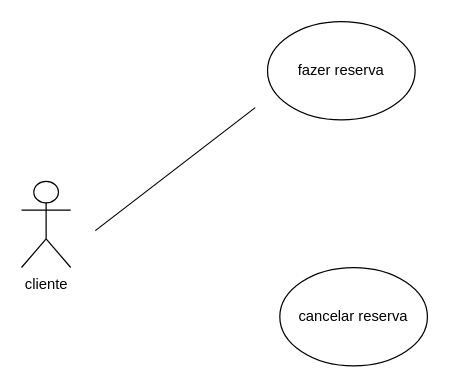
This is page "Página-1" (1 of 16) of Diagrama sem nome.drawio from Raquelf-06/diagramasderequisitos, a draw.io file, before an edit. Source tidied: cells renumbered, new cells numbered last; positions are measured from the earlier drawing's top-left corner, leaving out a move shared by most shapes. Both pictures are drawn from the tidied source at 123%, with x=0, y=0 at pixel (21, 21).
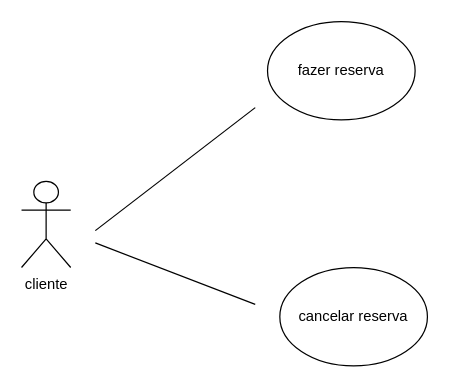
After the change.

Change to the diagram source:
```diff
@@
 <mxGraphModel>
   <root>
     <mxCell id="0" />
     <mxCell id="1" parent="0" />
     <mxCell id="2" value="cliente" style="shape=umlActor;verticalLabelPosition=bottom;verticalAlign=top;html=1;" parent="1" vertex="1">
       <mxGeometry y="130" width="40" height="70" as="geometry" />
     </mxCell>
     <mxCell id="3" value="fazer reserva" style="ellipse;whiteSpace=wrap;html=1;" parent="1" vertex="1">
       <mxGeometry x="200" width="120" height="80" as="geometry" />
     </mxCell>
     <mxCell id="4" value="cancelar reserva" style="ellipse;whiteSpace=wrap;html=1;" parent="1" vertex="1">
       <mxGeometry x="210" y="200" width="120" height="80" as="geometry" />
     </mxCell>
     <mxCell id="5" style="endArrow=none;html=1;rounded=0;" parent="1" edge="1">
       <mxGeometry relative="1" as="geometry">
         <mxPoint x="60" y="170" as="sourcePoint" />
         <mxPoint x="190" y="70" as="targetPoint" />
       </mxGeometry>
     </mxCell>
+    <mxCell id="6" style="endArrow=none;html=1;rounded=0;" parent="1" edge="1">
+      <mxGeometry relative="1" as="geometry">
+        <mxPoint x="60" y="180" as="sourcePoint" />
+        <mxPoint x="190" y="230" as="targetPoint" />
+      </mxGeometry>
+    </mxCell>
   </root>
 </mxGraphModel>
```
